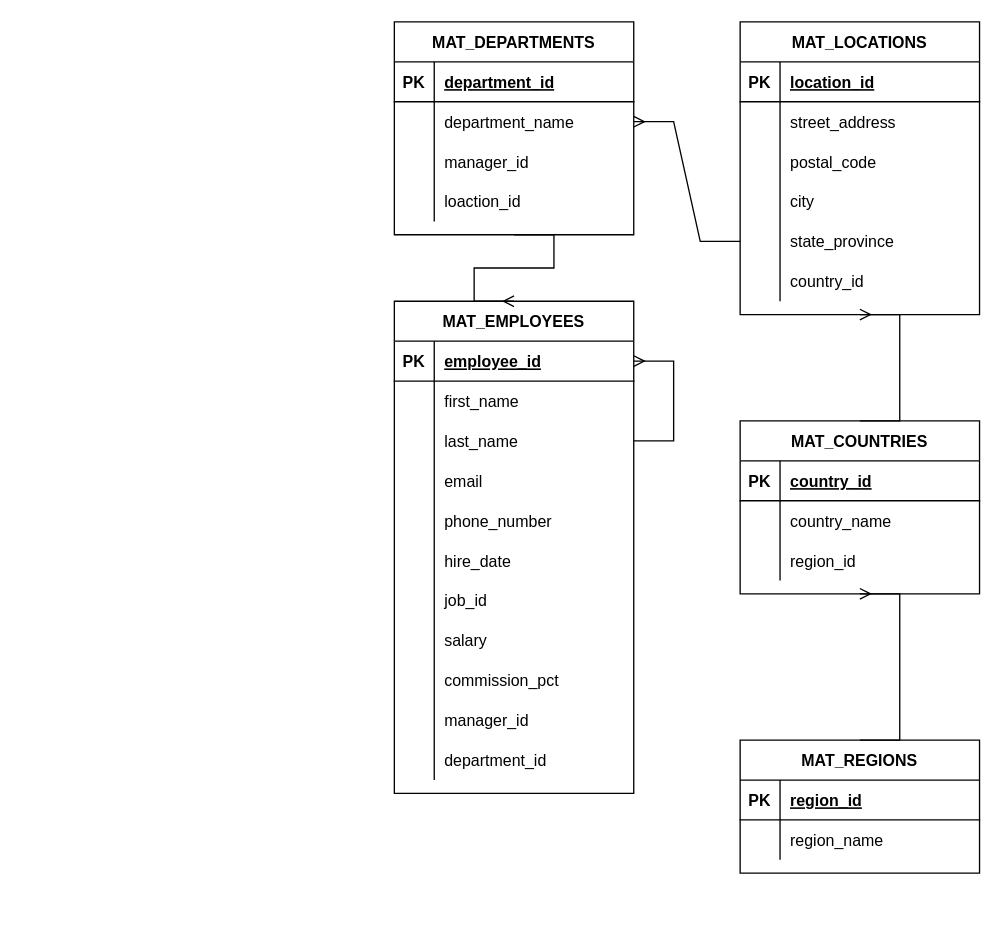
The draw.io diagram Untitled Diagram.drawio in TeriyakiBeefJerky/ERDs, before the edit. Source tidied: cells renumbered, new cells numbered last; positions are measured from the earlier drawing's top-left corner, leaving out a move shared by most shapes. Both pictures are drawn from the tidied source at 133%, with x=0, y=0 at pixel (394, 21).
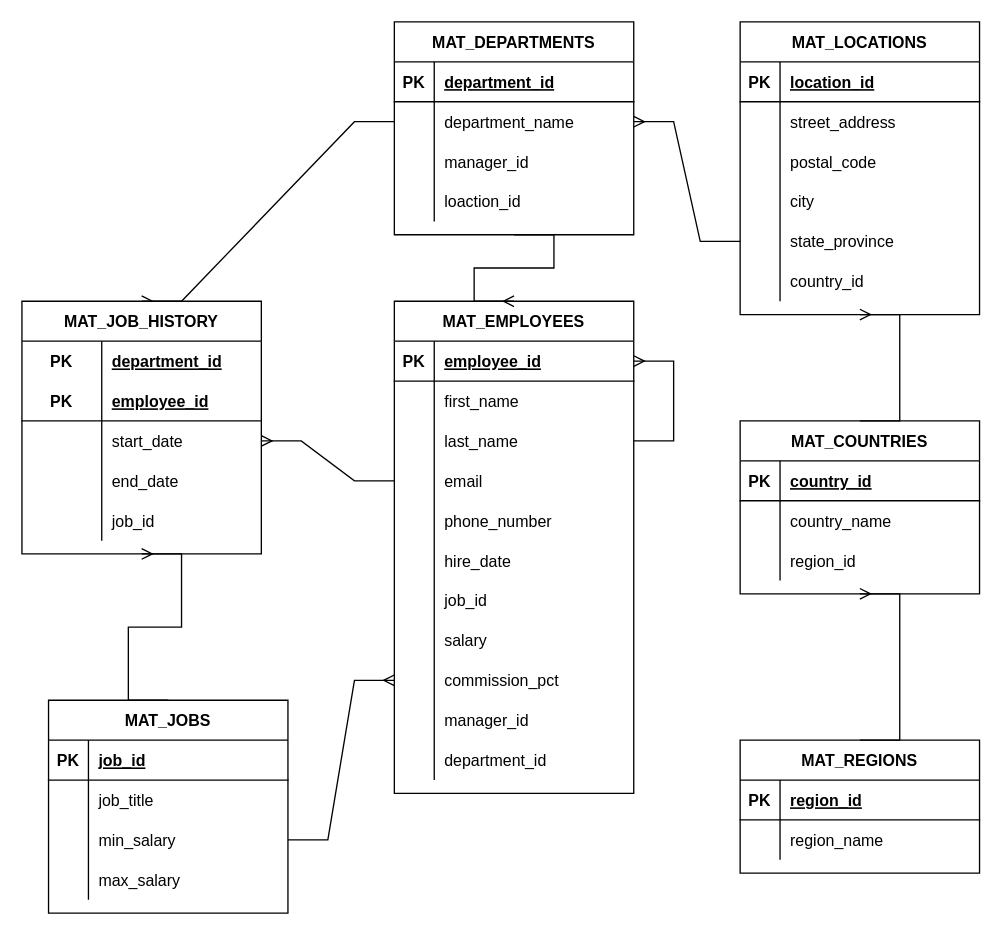
The same page after the edit.

The change refers to these unchanged cells:
```xml
<mxCell id="44" style="shape=partialRectangle;fillColor=none;top=0;left=0;bottom=0;right=0;points=[[0,0.5],[1,0.5]];portConstraint=eastwest;" parent="40" vertex="1">
  <mxGeometry y="60" width="180" height="30" as="geometry" />
</mxCell>
<mxCell id="64" style="shape=partialRectangle;fillColor=none;top=0;left=0;bottom=0;right=0;points=[[0,0.5],[1,0.5]];portConstraint=eastwest;" parent="54" vertex="1">
  <mxGeometry y="120" width="180" height="30" as="geometry" />
</mxCell>
<mxCell id="79" style="shape=partialRectangle;fillColor=none;top=0;left=0;bottom=0;right=0;points=[[0,0.5],[1,0.5]];portConstraint=eastwest;" parent="54" vertex="1">
  <mxGeometry y="270" width="180" height="30" as="geometry" />
</mxCell>
```

Change to the diagram source:
```diff
@@
+    <mxCell id="90" style="edgeStyle=entityRelationEdgeStyle;fontSize=12;html=1;endArrow=ERmany;rounded=0;exitX=0;exitY=0.5;exitDx=0;exitDy=0;entryX=1;entryY=0.5;entryDx=0;entryDy=0;" parent="1" edge="1" source="64" target="112">
+      <mxGeometry relative="1" as="geometry" />
+    </mxCell>
+    <mxCell id="91" style="edgeStyle=entityRelationEdgeStyle;fontSize=12;html=1;endArrow=ERmany;rounded=0;exitX=0;exitY=0.5;exitDx=0;exitDy=0;entryX=0.5;entryY=0;entryDx=0;entryDy=0;" parent="1" edge="1" source="44" target="105">
+      <mxGeometry relative="1" as="geometry" />
+    </mxCell>
+    <mxCell id="92" value="MAT_JOBS" style="shape=table;startSize=30;childLayout=tableLayout;rowLines=0;fontStyle=1;align=center;" parent="1" vertex="1">
+      <mxGeometry x="-260" y="510" width="180" height="160" as="geometry" />
+    </mxCell>
+    <mxCell id="93" style="shape=partialRectangle;fillColor=none;top=0;left=0;bottom=1;right=0;" parent="92" vertex="1">
+      <mxGeometry y="30" width="180" height="30" as="geometry" />
+    </mxCell>
+    <mxCell id="94" value="PK" style="shape=partialRectangle;fillColor=none;top=0;left=0;bottom=0;right=0;fontStyle=1;overflow=hidden;" parent="93" vertex="1">
+      <mxGeometry width="30" height="30" as="geometry" />
+    </mxCell>
+    <mxCell id="95" value="job_id" style="shape=partialRectangle;fillColor=none;top=0;left=0;bottom=0;right=0;align=left;spacingLeft=6;fontStyle=5;overflow=hidden;" parent="93" vertex="1">
+      <mxGeometry x="30" width="150" height="30" as="geometry" />
+    </mxCell>
+    <mxCell id="96" style="shape=partialRectangle;fillColor=none;top=0;left=0;bottom=0;right=0;" parent="92" vertex="1">
+      <mxGeometry y="60" width="180" height="30" as="geometry" />
+    </mxCell>
+    <mxCell id="97" style="shape=partialRectangle;fillColor=none;top=0;left=0;bottom=0;right=0;overflow=hidden;" parent="96" vertex="1">
+      <mxGeometry width="30" height="30" as="geometry" />
+    </mxCell>
+    <mxCell id="98" value="job_title" style="shape=partialRectangle;fillColor=none;top=0;left=0;bottom=0;right=0;align=left;spacingLeft=6;overflow=hidden;" parent="96" vertex="1">
+      <mxGeometry x="30" width="150" height="30" as="geometry" />
+    </mxCell>
+    <mxCell id="99" style="shape=partialRectangle;fillColor=none;top=0;left=0;bottom=0;right=0;points=[[0,0.5],[1,0.5]];portConstraint=eastwest;" parent="92" vertex="1">
+      <mxGeometry y="90" width="180" height="30" as="geometry" />
+    </mxCell>
+    <mxCell id="100" style="shape=partialRectangle;fillColor=none;top=0;left=0;bottom=0;right=0;overflow=hidden;" parent="99" vertex="1">
+      <mxGeometry width="30" height="30" as="geometry" />
+    </mxCell>
+    <mxCell id="101" value="min_salary" style="shape=partialRectangle;fillColor=none;top=0;left=0;bottom=0;right=0;align=left;spacingLeft=6;overflow=hidden;" parent="99" vertex="1">
+      <mxGeometry x="30" width="150" height="30" as="geometry" />
+    </mxCell>
+    <mxCell id="102" style="shape=partialRectangle;fillColor=none;top=0;left=0;bottom=0;right=0;" parent="92" vertex="1">
+      <mxGeometry y="120" width="180" height="30" as="geometry" />
+    </mxCell>
+    <mxCell id="103" style="shape=partialRectangle;fillColor=none;top=0;left=0;bottom=0;right=0;overflow=hidden;" parent="102" vertex="1">
+      <mxGeometry width="30" height="30" as="geometry" />
+    </mxCell>
+    <mxCell id="104" value="max_salary" style="shape=partialRectangle;fillColor=none;top=0;left=0;bottom=0;right=0;align=left;spacingLeft=6;overflow=hidden;" parent="102" vertex="1">
+      <mxGeometry x="30" width="150" height="30" as="geometry" />
+    </mxCell>
+    <mxCell id="105" value="MAT_JOB_HISTORY" style="shape=table;startSize=30;childLayout=tableLayout;rowLines=0;fontStyle=1;align=center;" parent="1" vertex="1">
+      <mxGeometry x="-280" y="210" width="180" height="190" as="geometry" />
+    </mxCell>
+    <mxCell id="106" style="shape=partialRectangle;fillColor=none;top=0;left=0;bottom=0;right=0;" parent="105" vertex="1">
+      <mxGeometry y="30" width="180" height="30" as="geometry" />
+    </mxCell>
+    <mxCell id="107" value="PK" style="shape=partialRectangle;fillColor=none;top=0;left=0;bottom=0;right=0;fontStyle=1;overflow=hidden;" parent="106" vertex="1">
+      <mxGeometry width="60" height="30" as="geometry" />
+    </mxCell>
+    <mxCell id="108" value="department_id" style="shape=partialRectangle;fillColor=none;top=0;left=0;bottom=0;right=0;align=left;spacingLeft=6;fontStyle=5;overflow=hidden;" parent="106" vertex="1">
+      <mxGeometry x="60" width="120" height="30" as="geometry" />
+    </mxCell>
+    <mxCell id="109" style="shape=partialRectangle;fillColor=none;top=0;left=0;bottom=1;right=0;" parent="105" vertex="1">
+      <mxGeometry y="60" width="180" height="30" as="geometry" />
+    </mxCell>
+    <mxCell id="110" value="PK" style="shape=partialRectangle;fillColor=none;top=0;left=0;bottom=0;right=0;fontStyle=1;overflow=hidden;" parent="109" vertex="1">
+      <mxGeometry width="60" height="30" as="geometry" />
+    </mxCell>
+    <mxCell id="111" value="employee_id" style="shape=partialRectangle;fillColor=none;top=0;left=0;bottom=0;right=0;align=left;spacingLeft=6;fontStyle=5;overflow=hidden;" parent="109" vertex="1">
+      <mxGeometry x="60" width="120" height="30" as="geometry" />
+    </mxCell>
+    <mxCell id="112" style="shape=partialRectangle;fillColor=none;top=0;left=0;bottom=0;right=0;points=[[0,0.5],[1,0.5]];portConstraint=eastwest;" parent="105" vertex="1">
+      <mxGeometry y="90" width="180" height="30" as="geometry" />
+    </mxCell>
+    <mxCell id="113" style="shape=partialRectangle;fillColor=none;top=0;left=0;bottom=0;right=0;overflow=hidden;" parent="112" vertex="1">
+      <mxGeometry width="60" height="30" as="geometry" />
+    </mxCell>
+    <mxCell id="114" value="start_date" style="shape=partialRectangle;fillColor=none;top=0;left=0;bottom=0;right=0;align=left;spacingLeft=6;overflow=hidden;" parent="112" vertex="1">
+      <mxGeometry x="60" width="120" height="30" as="geometry" />
+    </mxCell>
+    <mxCell id="115" style="shape=partialRectangle;fillColor=none;top=0;left=0;bottom=0;right=0;" parent="105" vertex="1">
+      <mxGeometry y="120" width="180" height="30" as="geometry" />
+    </mxCell>
+    <mxCell id="116" style="shape=partialRectangle;fillColor=none;top=0;left=0;bottom=0;right=0;overflow=hidden;" parent="115" vertex="1">
+      <mxGeometry width="60" height="30" as="geometry" />
+    </mxCell>
+    <mxCell id="117" value="end_date" style="shape=partialRectangle;fillColor=none;top=0;left=0;bottom=0;right=0;align=left;spacingLeft=6;overflow=hidden;" parent="115" vertex="1">
+      <mxGeometry x="60" width="120" height="30" as="geometry" />
+    </mxCell>
+    <mxCell id="118" style="shape=partialRectangle;fillColor=none;top=0;left=0;bottom=0;right=0;" parent="105" vertex="1">
+      <mxGeometry y="150" width="180" height="30" as="geometry" />
+    </mxCell>
+    <mxCell id="119" style="shape=partialRectangle;fillColor=none;top=0;left=0;bottom=0;right=0;overflow=hidden;" parent="118" vertex="1">
+      <mxGeometry width="60" height="30" as="geometry" />
+    </mxCell>
+    <mxCell id="120" value="job_id" style="shape=partialRectangle;fillColor=none;top=0;left=0;bottom=0;right=0;align=left;spacingLeft=6;overflow=hidden;" parent="118" vertex="1">
+      <mxGeometry x="60" width="120" height="30" as="geometry" />
+    </mxCell>
+    <mxCell id="121" style="edgeStyle=entityRelationEdgeStyle;fontSize=12;html=1;endArrow=ERmany;rounded=0;entryX=0.5;entryY=1;entryDx=0;entryDy=0;exitX=0.5;exitY=0;exitDx=0;exitDy=0;" parent="1" edge="1" source="92" target="105">
+      <mxGeometry relative="1" as="geometry" />
+    </mxCell>
+    <mxCell id="122" style="edgeStyle=entityRelationEdgeStyle;fontSize=12;html=1;endArrow=ERmany;rounded=0;entryX=0;entryY=0.5;entryDx=0;entryDy=0;exitX=1;exitY=0.5;exitDx=0;exitDy=0;" parent="1" edge="1" source="99" target="79">
+      <mxGeometry relative="1" as="geometry" />
+    </mxCell>
```
